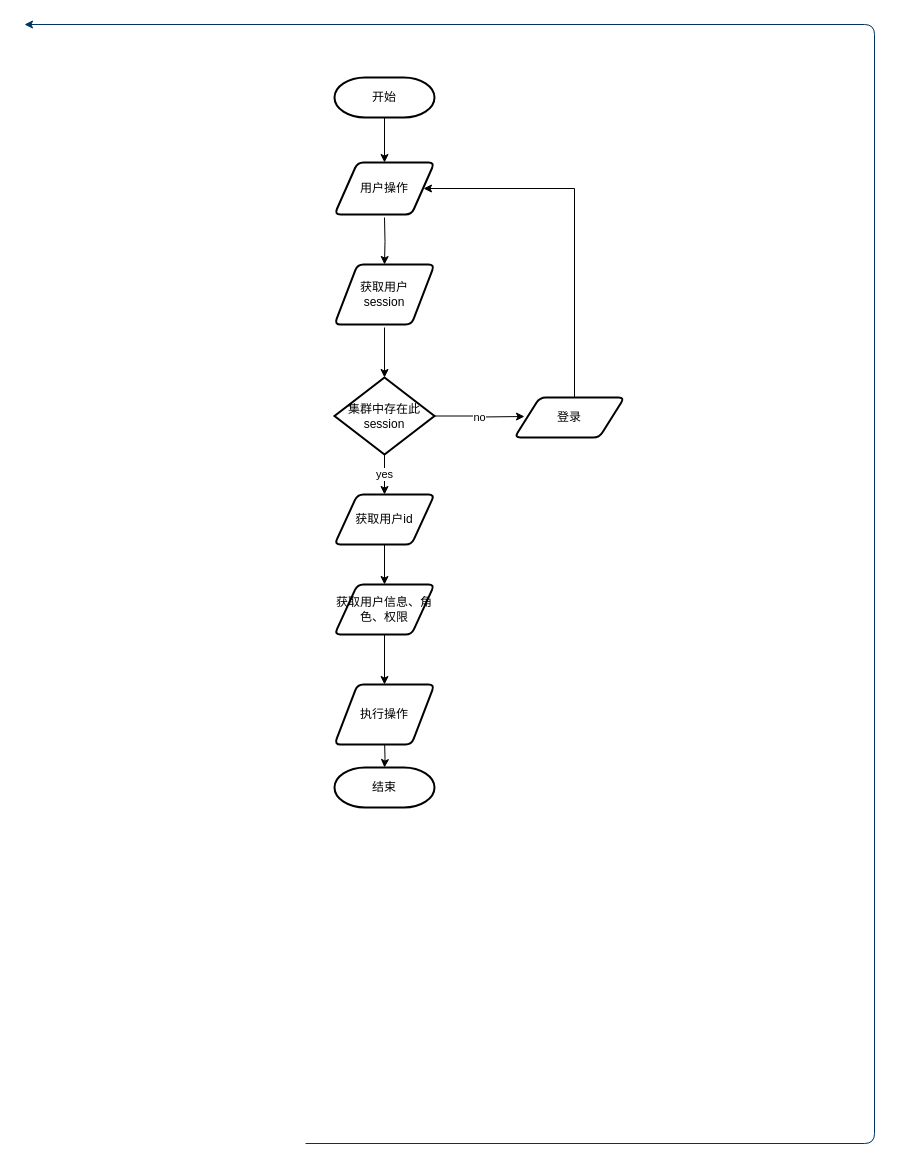
This is 2019/sto分布式session方案.drawio from Godricm/BuDingDesign, a draw.io file, before an edit. Source tidied: cells renumbered, new cells numbered last; positions are measured from the earlier drawing's top-left corner, leaving out a move shared by most shapes. Both pictures are drawn from the tidied source at 100%, with x=0, y=0 at pixel (24, 24).
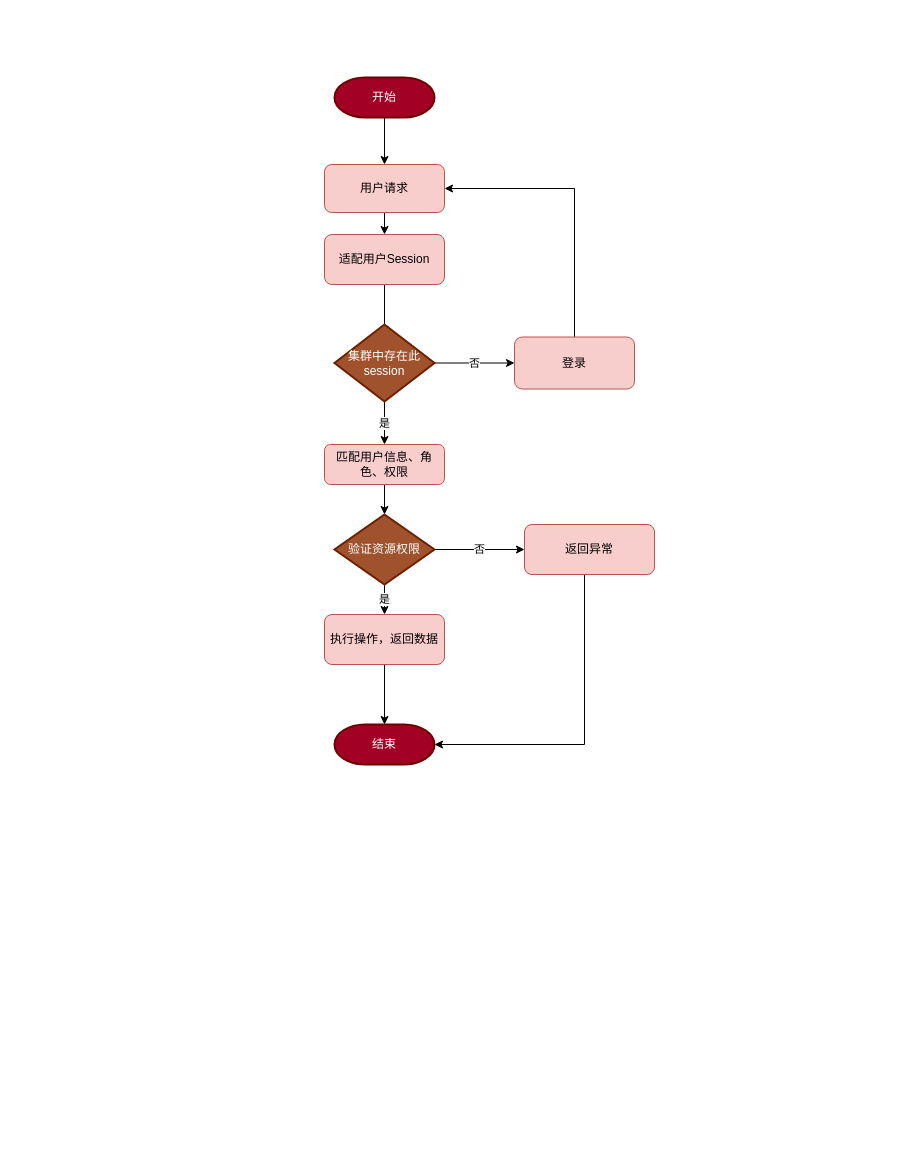
The same page after the edit.

Commit message (it also covers changes not shown here):
更新sto分布式session方案.drawio

What changed in the source:
```diff
@@
-    <mxCell id="2" style="edgeStyle=elbowEdgeStyle;elbow=horizontal;exitX=1;exitY=0.5;exitPerimeter=0;entryX=0.905;entryY=0.5;entryPerimeter=0;fontColor=#001933;fontStyle=1;strokeColor=#003366;strokeWidth=1;html=1;" parent="1" edge="1">
-      <mxGeometry as="geometry">
-        <mxPoint x="281" y="1119" as="sourcePoint" />
-        <mxPoint as="targetPoint" />
-        <Array as="points">
-          <mxPoint x="850" y="1320" />
-        </Array>
-      </mxGeometry>
-    </mxCell>
-    <mxCell id="3" style="edgeStyle=orthogonalEdgeStyle;rounded=0;jettySize=auto;html=1;" parent="1" edge="1" source="4" target="16">
+    <mxCell id="3" style="edgeStyle=orthogonalEdgeStyle;rounded=0;jettySize=auto;html=1;" parent="1" edge="1" source="4" target="23">
       <mxGeometry relative="1" as="geometry" />
     </mxCell>
-    <mxCell id="4" value="开始" style="strokeWidth=2;html=1;shape=mxgraph.flowchart.terminator;whiteSpace=wrap;" parent="1" vertex="1">
+    <mxCell id="4" value="开始" style="strokeWidth=2;html=1;shape=mxgraph.flowchart.terminator;whiteSpace=wrap;fillColor=#a20025;strokeColor=#6F0000;fontColor=#ffffff;" parent="1" vertex="1">
       <mxGeometry x="310" y="53" width="100" height="40" as="geometry" />
     </mxCell>
-    <mxCell id="5" style="edgeStyle=orthogonalEdgeStyle;rounded=0;jettySize=auto;html=1;exitX=0.5;exitY=1;exitDx=0;exitDy=0;" parent="1" edge="1" target="17">
-      <mxGeometry relative="1" as="geometry">
-        <mxPoint x="360" y="193" as="sourcePoint" />
-      </mxGeometry>
+    <mxCell id="5" style="edgeStyle=orthogonalEdgeStyle;rounded=0;jettySize=auto;html=1;exitX=0.5;exitY=1;exitDx=0;exitDy=0;" parent="1" edge="1" source="23" target="24">
+      <mxGeometry relative="1" as="geometry" />
     </mxCell>
     <mxCell id="6" style="edgeStyle=orthogonalEdgeStyle;rounded=0;orthogonalLoop=1;jettySize=auto;html=1;exitX=0.5;exitY=1;exitDx=0;exitDy=0;exitPerimeter=0;" parent="1" edge="1">
       <mxGeometry relative="1" as="geometry">
-        <mxPoint x="360" y="303" as="sourcePoint" />
-        <mxPoint x="360" y="353" as="targetPoint" />
+        <mxPoint x="360" y="260" as="sourcePoint" />
+        <mxPoint x="360" y="310" as="targetPoint" />
       </mxGeometry>
     </mxCell>
-    <mxCell id="7" value="yes" style="edgeStyle=orthogonalEdgeStyle;rounded=0;jettySize=auto;html=1;exitX=0.5;exitY=1;exitDx=0;exitDy=0;exitPerimeter=0;" parent="1" edge="1" source="9" target="18">
-      <mxGeometry relative="1" as="geometry">
-        <Array as="points">
-          <mxPoint x="360" y="483" />
-          <mxPoint x="360" y="483" />
-        </Array>
-      </mxGeometry>
-    </mxCell>
-    <mxCell id="8" value="no" style="edgeStyle=orthogonalEdgeStyle;rounded=0;jettySize=auto;html=1;exitX=1;exitY=0.5;exitDx=0;exitDy=0;exitPerimeter=0;" parent="1" edge="1" source="9">
-      <mxGeometry relative="1" as="geometry">
-        <mxPoint x="500" y="392" as="targetPoint" />
-      </mxGeometry>
-    </mxCell>
+    <mxCell id="21" value="否" style="edgeStyle=orthogonalEdgeStyle;rounded=0;jettySize=auto;html=1;entryX=0;entryY=0.5;entryDx=0;entryDy=0;" parent="1" edge="1" source="9" target="15">
+      <mxGeometry relative="1" as="geometry" />
+    </mxCell>
+    <mxCell id="22" value="是" style="edgeStyle=orthogonalEdgeStyle;rounded=0;jettySize=auto;html=1;" parent="1" edge="1" source="9" target="26">
+      <mxGeometry relative="1" as="geometry" />
+    </mxCell>
-    <mxCell id="9" value="集群中存在此session" style="strokeWidth=2;html=1;shape=mxgraph.flowchart.decision;whiteSpace=wrap;fillColor=#FFFFFF;" parent="1" vertex="1">
-      <mxGeometry x="310" y="353" width="100" height="77" as="geometry" />
+    <mxCell id="9" value="集群中存在此session" style="strokeWidth=2;html=1;shape=mxgraph.flowchart.decision;whiteSpace=wrap;fillColor=#a0522d;strokeColor=#6D1F00;fontColor=#ffffff;" parent="1" vertex="1">
+      <mxGeometry x="310" y="300" width="100" height="77" as="geometry" />
     </mxCell>
-    <mxCell id="10" style="edgeStyle=orthogonalEdgeStyle;rounded=0;jettySize=auto;html=1;exitX=0.5;exitY=0;exitDx=0;exitDy=0;entryX=0.89;entryY=0.5;entryDx=0;entryDy=0;entryPerimeter=0;" parent="1" edge="1" source="15" target="16">
+    <mxCell id="10" style="edgeStyle=orthogonalEdgeStyle;rounded=0;orthogonalLoop=1;jettySize=auto;html=1;" parent="1" edge="1">
       <mxGeometry relative="1" as="geometry">
+        <mxPoint x="550" y="330" as="sourcePoint" />
+        <mxPoint x="420" y="164" as="targetPoint" />
         <Array as="points">
           <mxPoint x="550" y="164" />
         </Array>
       </mxGeometry>
     </mxCell>
-    <mxCell id="11" style="edgeStyle=orthogonalEdgeStyle;rounded=0;jettySize=auto;html=1;exitX=0.5;exitY=1;exitDx=0;exitDy=0;" parent="1" edge="1" source="18" target="19">
-      <mxGeometry relative="1" as="geometry" />
-    </mxCell>
-    <mxCell id="12" style="edgeStyle=orthogonalEdgeStyle;rounded=0;jettySize=auto;html=1;exitX=0.5;exitY=1;exitDx=0;exitDy=0;" parent="1" edge="1" source="19" target="20">
-      <mxGeometry relative="1" as="geometry" />
-    </mxCell>
-    <mxCell id="13" style="edgeStyle=orthogonalEdgeStyle;rounded=0;jettySize=auto;html=1;" parent="1" edge="1" target="14">
-      <mxGeometry relative="1" as="geometry">
-        <mxPoint x="360" y="713" as="sourcePoint" />
-      </mxGeometry>
-    </mxCell>
-    <mxCell id="14" value="结束" style="strokeWidth=2;html=1;shape=mxgraph.flowchart.terminator;whiteSpace=wrap;" parent="1" vertex="1">
-      <mxGeometry x="310" y="743" width="100" height="40" as="geometry" />
+    <mxCell id="14" value="结束" style="strokeWidth=2;html=1;shape=mxgraph.flowchart.terminator;whiteSpace=wrap;fillColor=#a20025;strokeColor=#6F0000;fontColor=#ffffff;" parent="1" vertex="1">
+      <mxGeometry x="310" y="700" width="100" height="40" as="geometry" />
     </mxCell>
+    <mxCell id="23" value="用户请求" style="rounded=1;whiteSpace=wrap;html=1;fillColor=#f8cecc;strokeColor=#b85450;" parent="1" vertex="1">
+      <mxGeometry x="300" y="140" width="120" height="48" as="geometry" />
+    </mxCell>
+    <mxCell id="24" value="适配用户Session" style="rounded=1;whiteSpace=wrap;html=1;fillColor=#f8cecc;strokeColor=#b85450;" parent="1" vertex="1">
+      <mxGeometry x="300" y="210" width="120" height="50" as="geometry" />
+    </mxCell>
-    <mxCell id="15" value="登录" style="verticalLabelPosition=middle;verticalAlign=middle;html=1;strokeWidth=2;shape=parallelogram;perimeter=parallelogramPerimeter;whiteSpace=wrap;rounded=1;arcSize=12;size=0.23;fillColor=#FFFFFF;labelPosition=center;align=center;" parent="1" vertex="1">
-      <mxGeometry x="490" y="373" width="110" height="40" as="geometry" />
+    <mxCell id="15" value="登录" style="rounded=1;whiteSpace=wrap;html=1;fillColor=#f8cecc;strokeColor=#b85450;" parent="1" vertex="1">
+      <mxGeometry x="490" y="312.5" width="120" height="52" as="geometry" />
     </mxCell>
-    <mxCell id="16" value="用户操作" style="verticalLabelPosition=middle;verticalAlign=middle;html=1;strokeWidth=2;shape=parallelogram;perimeter=parallelogramPerimeter;whiteSpace=wrap;rounded=1;arcSize=12;size=0.23;labelPosition=center;align=center;" parent="1" vertex="1">
-      <mxGeometry x="310" y="138" width="100" height="52" as="geometry" />
-    </mxCell>
-    <mxCell id="17" value="获取用户&lt;br&gt;session" style="verticalLabelPosition=middle;verticalAlign=middle;html=1;strokeWidth=2;shape=parallelogram;perimeter=parallelogramPerimeter;whiteSpace=wrap;rounded=1;arcSize=12;size=0.23;labelPosition=center;align=center;" parent="1" vertex="1">
-      <mxGeometry x="310" y="240" width="100" height="60" as="geometry" />
-    </mxCell>
-    <mxCell id="18" value="&lt;span&gt;获取用户id&lt;/span&gt;" style="verticalLabelPosition=middle;verticalAlign=middle;html=1;strokeWidth=2;shape=parallelogram;perimeter=parallelogramPerimeter;whiteSpace=wrap;rounded=1;arcSize=12;size=0.23;labelPosition=center;align=center;" parent="1" vertex="1">
-      <mxGeometry x="310" y="470" width="100" height="50" as="geometry" />
-    </mxCell>
-    <mxCell id="19" value="&lt;span&gt;获取用户信息、角色、权限&lt;/span&gt;" style="verticalLabelPosition=middle;verticalAlign=middle;html=1;strokeWidth=2;shape=parallelogram;perimeter=parallelogramPerimeter;whiteSpace=wrap;rounded=1;arcSize=12;size=0.23;labelPosition=center;align=center;" parent="1" vertex="1">
-      <mxGeometry x="310" y="560" width="100" height="50" as="geometry" />
-    </mxCell>
-    <mxCell id="20" value="执行操作" style="verticalLabelPosition=middle;verticalAlign=middle;html=1;strokeWidth=2;shape=parallelogram;perimeter=parallelogramPerimeter;whiteSpace=wrap;rounded=1;arcSize=12;size=0.23;labelPosition=center;align=center;" parent="1" vertex="1">
-      <mxGeometry x="310" y="660" width="100" height="60" as="geometry" />
-    </mxCell>
+    <mxCell id="25" style="edgeStyle=orthogonalEdgeStyle;rounded=0;jettySize=auto;html=1;" parent="1" edge="1" source="26" target="29">
+      <mxGeometry relative="1" as="geometry" />
+    </mxCell>
+    <mxCell id="26" value="匹配用户信息、角色、权限" style="rounded=1;whiteSpace=wrap;html=1;fillColor=#f8cecc;strokeColor=#b85450;" parent="1" vertex="1">
+      <mxGeometry x="300" y="420" width="120" height="40" as="geometry" />
+    </mxCell>
+    <mxCell id="27" value="是" style="edgeStyle=orthogonalEdgeStyle;rounded=0;jettySize=auto;html=1;" parent="1" edge="1" source="29">
+      <mxGeometry relative="1" as="geometry">
+        <mxPoint x="360" y="590" as="targetPoint" />
+      </mxGeometry>
+    </mxCell>
+    <mxCell id="28" value="否" style="edgeStyle=orthogonalEdgeStyle;rounded=0;jettySize=auto;html=1;" parent="1" edge="1" source="29" target="31">
+      <mxGeometry relative="1" as="geometry" />
+    </mxCell>
+    <mxCell id="29" value="验证资源权限" style="strokeWidth=2;html=1;shape=mxgraph.flowchart.decision;whiteSpace=wrap;fillColor=#a0522d;strokeColor=#6D1F00;fontColor=#ffffff;" parent="1" vertex="1">
+      <mxGeometry x="310" y="490" width="100" height="70" as="geometry" />
+    </mxCell>
+    <mxCell id="30" style="edgeStyle=orthogonalEdgeStyle;rounded=0;jettySize=auto;html=1;entryX=1;entryY=0.5;entryDx=0;entryDy=0;entryPerimeter=0;" parent="1" edge="1" source="31" target="14">
+      <mxGeometry relative="1" as="geometry">
+        <Array as="points">
+          <mxPoint x="560" y="720" />
+        </Array>
+      </mxGeometry>
+    </mxCell>
+    <mxCell id="31" value="返回异常" style="rounded=1;whiteSpace=wrap;html=1;fillColor=#f8cecc;strokeColor=#b85450;" parent="1" vertex="1">
+      <mxGeometry x="500" y="500" width="130" height="50" as="geometry" />
+    </mxCell>
+    <mxCell id="32" style="edgeStyle=orthogonalEdgeStyle;rounded=0;jettySize=auto;html=1;entryX=0.5;entryY=0;entryDx=0;entryDy=0;entryPerimeter=0;" parent="1" edge="1" source="33" target="14">
+      <mxGeometry relative="1" as="geometry" />
+    </mxCell>
+    <mxCell id="33" value="执行操作，返回数据" style="rounded=1;whiteSpace=wrap;html=1;fillColor=#f8cecc;strokeColor=#b85450;" parent="1" vertex="1">
+      <mxGeometry x="300" y="590" width="120" height="50" as="geometry" />
+    </mxCell>
```
